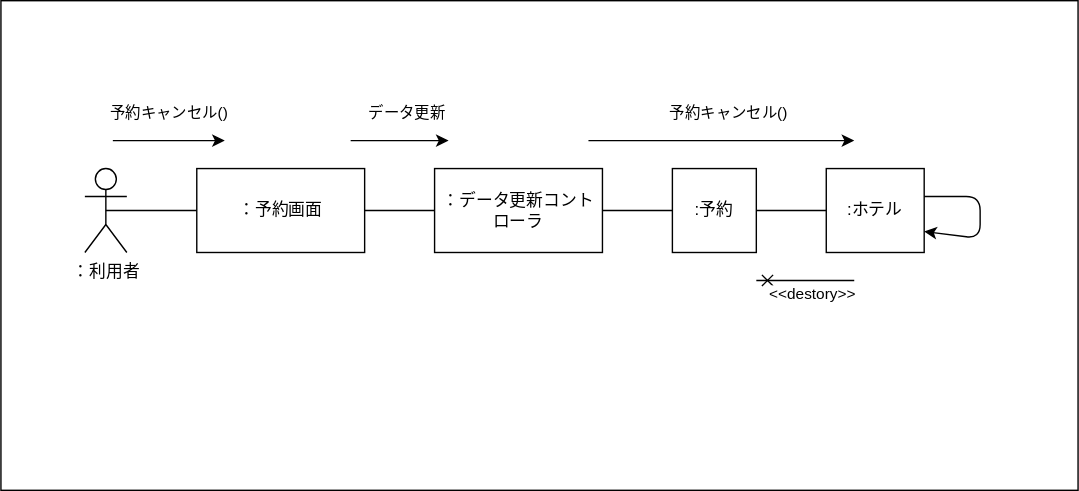
Before: 演習５-2_CD_予約登録削除.drawio.svg, a diagram exported from draw.io (kikuchitokumasa/uml-introduction). Source tidied: cells renumbered, new cells last; positions are measured from the earlier drawing's top-left corner, leaving out a move shared by most shapes. The source it was exported from:
```xml
<mxGraphModel>
  <root>
    <mxCell id="0" />
    <mxCell id="1" parent="0" />
    <mxCell id="2" style="rounded=0;whiteSpace=wrap;html=1;" parent="1" vertex="1">
      <mxGeometry width="770" height="350" as="geometry" />
    </mxCell>
    <mxCell id="3" value="：利用者" style="shape=umlActor;verticalLabelPosition=bottom;verticalAlign=top;html=1;outlineConnect=0;" parent="1" vertex="1">
      <mxGeometry x="60" y="120" width="30" height="60" as="geometry" />
    </mxCell>
    <mxCell id="4" style="endArrow=none;html=1;exitX=0.5;exitY=0.5;exitDx=0;exitDy=0;exitPerimeter=0;" parent="1" edge="1" source="3">
      <mxGeometry relative="1" as="geometry">
        <mxPoint x="150" y="150" as="targetPoint" />
      </mxGeometry>
    </mxCell>
    <mxCell id="5" value="：予約画面" style="rounded=0;whiteSpace=wrap;html=1;" parent="1" vertex="1">
      <mxGeometry x="140" y="120" width="120" height="60" as="geometry" />
    </mxCell>
    <mxCell id="6" style="endArrow=none;html=1;" parent="1" edge="1" target="7">
      <mxGeometry relative="1" as="geometry">
        <mxPoint x="260" y="150" as="sourcePoint" />
      </mxGeometry>
    </mxCell>
    <mxCell id="7" value="：データ更新コントローラ" style="rounded=0;whiteSpace=wrap;html=1;" parent="1" vertex="1">
      <mxGeometry x="310" y="120" width="120" height="60" as="geometry" />
    </mxCell>
    <mxCell id="8" style="endArrow=none;html=1;" parent="1" edge="1" target="9">
      <mxGeometry relative="1" as="geometry">
        <mxPoint x="430" y="150" as="sourcePoint" />
      </mxGeometry>
    </mxCell>
    <mxCell id="9" value=":予約" style="rounded=0;whiteSpace=wrap;html=1;" parent="1" vertex="1">
      <mxGeometry x="480" y="120" width="60" height="60" as="geometry" />
    </mxCell>
    <mxCell id="10" style="endArrow=none;html=1;" parent="1" edge="1" target="11">
      <mxGeometry relative="1" as="geometry">
        <mxPoint x="540" y="150" as="sourcePoint" />
      </mxGeometry>
    </mxCell>
    <mxCell id="11" value=":ホテル" style="rounded=0;whiteSpace=wrap;html=1;" parent="1" vertex="1">
      <mxGeometry x="590" y="120" width="70" height="60" as="geometry" />
    </mxCell>
    <mxCell id="12" value="予約キャンセル()" style="endArrow=classic;html=1;" parent="1" edge="1">
      <mxGeometry y="20" relative="1" as="geometry">
        <mxPoint x="80" y="100" as="sourcePoint" />
        <mxPoint x="160" y="100" as="targetPoint" />
      </mxGeometry>
    </mxCell>
    <mxCell id="13" value="データ更新" style="endArrow=classic;html=1;" parent="1" edge="1">
      <mxGeometry x="0.14" y="20" relative="1" as="geometry">
        <mxPoint x="250" y="100" as="sourcePoint" />
        <mxPoint x="320" y="100" as="targetPoint" />
      </mxGeometry>
    </mxCell>
    <mxCell id="14" value="予約キャンセル()" style="endArrow=classic;html=1;" parent="1" edge="1">
      <mxGeometry x="0.05" y="20" relative="1" as="geometry">
        <mxPoint x="420" y="100" as="sourcePoint" />
        <mxPoint x="610" y="100" as="targetPoint" />
      </mxGeometry>
    </mxCell>
    <mxCell id="15" value="&amp;lt;&amp;lt;destory&amp;gt;&amp;gt;" style="endArrow=none;html=1;startArrow=cross;startFill=0;" parent="1" edge="1">
      <mxGeometry x="0.14" y="-10" relative="1" as="geometry">
        <mxPoint x="540" y="200" as="sourcePoint" />
        <mxPoint x="610" y="200" as="targetPoint" />
      </mxGeometry>
    </mxCell>
    <mxCell id="16" style="endArrow=classic;html=1;entryX=1;entryY=0.75;entryDx=0;entryDy=0;" parent="1" edge="1" target="11">
      <mxGeometry relative="1" as="geometry">
        <mxPoint x="660" y="140" as="sourcePoint" />
        <Array as="points">
          <mxPoint x="700" y="140" />
          <mxPoint x="700" y="170" />
        </Array>
      </mxGeometry>
    </mxCell>
  </root>
</mxGraphModel>
```
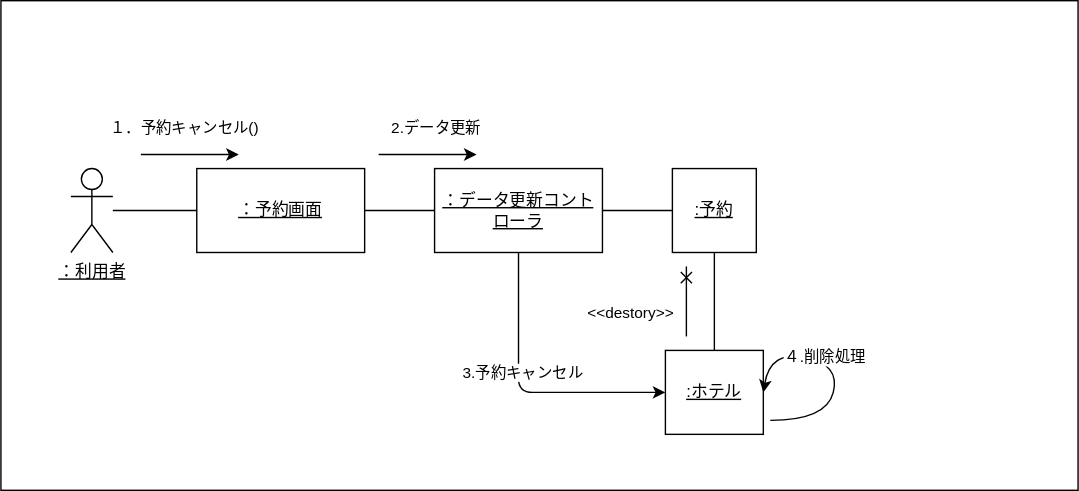
Later version of the same file.

What changed in the source:
```diff
@@ -2,18 +2,18 @@
   <root>
     <mxCell id="0" />
     <mxCell id="1" parent="0" />
-    <mxCell id="2" style="rounded=0;whiteSpace=wrap;html=1;" parent="1" vertex="1">
+    <mxCell id="2" value="&#10;&lt;span style=&quot;color: rgb(60, 64, 67); font-family: Roboto, Arial, sans-serif; font-size: 14px; font-style: normal; font-variant-ligatures: normal; font-variant-caps: normal; font-weight: 400; letter-spacing: 0.2px; orphans: 2; text-align: start; text-indent: 0px; text-transform: none; widows: 2; word-spacing: 0px; -webkit-text-stroke-width: 0px; text-decoration-thickness: initial; text-decoration-style: initial; text-decoration-color: initial; float: none; display: inline !important;&quot;&gt;drawio&lt;/span&gt;&#10;&#10;" style="rounded=0;whiteSpace=wrap;html=1;" parent="1" vertex="1">
       <mxGeometry width="770" height="350" as="geometry" />
     </mxCell>
-    <mxCell id="3" value="：利用者" style="shape=umlActor;verticalLabelPosition=bottom;verticalAlign=top;html=1;outlineConnect=0;" parent="1" vertex="1">
-      <mxGeometry x="60" y="120" width="30" height="60" as="geometry" />
+    <mxCell id="3" value="&lt;u&gt;：利用者&lt;/u&gt;" style="shape=umlActor;verticalLabelPosition=bottom;verticalAlign=top;html=1;outlineConnect=0;" parent="1" vertex="1">
+      <mxGeometry x="50" y="120" width="30" height="60" as="geometry" />
     </mxCell>
     <mxCell id="4" style="endArrow=none;html=1;exitX=0.5;exitY=0.5;exitDx=0;exitDy=0;exitPerimeter=0;" parent="1" edge="1" source="3">
       <mxGeometry relative="1" as="geometry">
         <mxPoint x="150" y="150" as="targetPoint" />
       </mxGeometry>
     </mxCell>
-    <mxCell id="5" value="：予約画面" style="rounded=0;whiteSpace=wrap;html=1;" parent="1" vertex="1">
+    <mxCell id="5" value="&lt;u&gt;：予約画面&lt;/u&gt;" style="rounded=0;whiteSpace=wrap;html=1;" parent="1" vertex="1">
       <mxGeometry x="140" y="120" width="120" height="60" as="geometry" />
     </mxCell>
     <mxCell id="6" style="endArrow=none;html=1;" parent="1" edge="1" target="7">
@@ -21,7 +21,7 @@
         <mxPoint x="260" y="150" as="sourcePoint" />
       </mxGeometry>
     </mxCell>
-    <mxCell id="7" value="：データ更新コントローラ" style="rounded=0;whiteSpace=wrap;html=1;" parent="1" vertex="1">
+    <mxCell id="7" value="&lt;u&gt;：データ更新コントローラ&lt;/u&gt;" style="rounded=0;whiteSpace=wrap;html=1;" parent="1" vertex="1">
       <mxGeometry x="310" y="120" width="120" height="60" as="geometry" />
     </mxCell>
     <mxCell id="8" style="endArrow=none;html=1;" parent="1" edge="1" target="9">
@@ -29,49 +29,69 @@
         <mxPoint x="430" y="150" as="sourcePoint" />
       </mxGeometry>
     </mxCell>
-    <mxCell id="9" value=":予約" style="rounded=0;whiteSpace=wrap;html=1;" parent="1" vertex="1">
+    <mxCell id="9" value="&lt;u&gt;:予約&lt;/u&gt;" style="rounded=0;whiteSpace=wrap;html=1;" parent="1" vertex="1">
       <mxGeometry x="480" y="120" width="60" height="60" as="geometry" />
     </mxCell>
-    <mxCell id="10" style="endArrow=none;html=1;" parent="1" edge="1" target="11">
+    <mxCell id="10" style="endArrow=none;html=1;exitX=0.5;exitY=1;exitDx=0;exitDy=0;" parent="1" edge="1" source="9" target="11">
       <mxGeometry relative="1" as="geometry">
-        <mxPoint x="540" y="150" as="sourcePoint" />
+        <Array as="points">
+          <mxPoint x="510" y="220" />
+        </Array>
       </mxGeometry>
     </mxCell>
-    <mxCell id="11" value=":ホテル" style="rounded=0;whiteSpace=wrap;html=1;" parent="1" vertex="1">
-      <mxGeometry x="590" y="120" width="70" height="60" as="geometry" />
+    <mxCell id="11" value="&lt;u&gt;:ホテル&lt;/u&gt;" style="rounded=0;whiteSpace=wrap;html=1;" parent="1" vertex="1">
+      <mxGeometry x="475" y="250" width="70" height="60" as="geometry" />
     </mxCell>
-    <mxCell id="12" value="予約キャンセル()" style="endArrow=classic;html=1;" parent="1" edge="1">
-      <mxGeometry y="20" relative="1" as="geometry">
-        <mxPoint x="80" y="100" as="sourcePoint" />
-        <mxPoint x="160" y="100" as="targetPoint" />
-      </mxGeometry>
-    </mxCell>
-    <mxCell id="13" value="データ更新" style="endArrow=classic;html=1;" parent="1" edge="1">
-      <mxGeometry x="0.14" y="20" relative="1" as="geometry">
-        <mxPoint x="250" y="100" as="sourcePoint" />
-        <mxPoint x="320" y="100" as="targetPoint" />
-      </mxGeometry>
-    </mxCell>
-    <mxCell id="14" value="予約キャンセル()" style="endArrow=classic;html=1;" parent="1" edge="1">
-      <mxGeometry x="0.05" y="20" relative="1" as="geometry">
-        <mxPoint x="420" y="100" as="sourcePoint" />
-        <mxPoint x="610" y="100" as="targetPoint" />
-      </mxGeometry>
-    </mxCell>
     <mxCell id="15" value="&amp;lt;&amp;lt;destory&amp;gt;&amp;gt;" style="endArrow=none;html=1;startArrow=cross;startFill=0;" parent="1" edge="1">
-      <mxGeometry x="0.14" y="-10" relative="1" as="geometry">
-        <mxPoint x="540" y="200" as="sourcePoint" />
-        <mxPoint x="610" y="200" as="targetPoint" />
+      <mxGeometry x="0.33" y="-40" relative="1" as="geometry">
+        <mxPoint x="490" y="190" as="sourcePoint" />
+        <mxPoint x="490" y="240" as="targetPoint" />
       </mxGeometry>
     </mxCell>
-    <mxCell id="16" style="endArrow=classic;html=1;entryX=1;entryY=0.75;entryDx=0;entryDy=0;" parent="1" edge="1" target="11">
-      <mxGeometry relative="1" as="geometry">
-        <mxPoint x="660" y="140" as="sourcePoint" />
-        <Array as="points">
-          <mxPoint x="700" y="140" />
-          <mxPoint x="700" y="170" />
-        </Array>
-      </mxGeometry>
-    </mxCell>
+    <mxCell id="17" style="endArrow=classic;html=1;" parent="1" edge="1">
+      <mxGeometry relative="1" as="geometry">
+        <mxPoint x="100" y="110" as="sourcePoint" />
+        <mxPoint x="170" y="110" as="targetPoint" />
+      </mxGeometry>
+    </mxCell>
+    <mxCell id="18" value="１．予約キャンセル()" style="edgeLabel;html=1;align=center;verticalAlign=middle;" parent="17" vertex="1">
+      <mxGeometry x="0.47" relative="1" as="geometry">
+        <mxPoint x="-21" y="-20" as="offset" />
+      </mxGeometry>
+    </mxCell>
+    <mxCell id="19" style="endArrow=classic;html=1;" parent="1" edge="1">
+      <mxGeometry relative="1" as="geometry">
+        <mxPoint x="270" y="110" as="sourcePoint" />
+        <mxPoint x="340" y="110" as="targetPoint" />
+      </mxGeometry>
+    </mxCell>
+    <mxCell id="20" value="2.データ更新" style="edgeLabel;html=1;align=center;verticalAlign=middle;" parent="19" vertex="1">
+      <mxGeometry x="0.47" y="1" relative="1" as="geometry">
+        <mxPoint x="-11" y="-19" as="offset" />
+      </mxGeometry>
+    </mxCell>
+    <mxCell id="21" style="curved=1;endArrow=classic;html=1;entryX=1;entryY=0.5;entryDx=0;entryDy=0;" parent="1" edge="1" target="11">
+      <mxGeometry relative="1" as="geometry">
+        <mxPoint x="550" y="300" as="sourcePoint" />
+        <Array as="points">
+          <mxPoint x="590" y="300" />
+          <mxPoint x="600" y="260" />
+          <mxPoint x="550" y="250" />
+        </Array>
+      </mxGeometry>
+    </mxCell>
+    <mxCell id="22" value="４.削除処理" style="edgeLabel;html=1;align=center;verticalAlign=middle;" parent="21" vertex="1">
+      <mxGeometry x="0.15" y="-3" relative="1" as="geometry" />
+    </mxCell>
+    <mxCell id="23" style="endArrow=classic;html=1;exitX=0.5;exitY=1;exitDx=0;exitDy=0;entryX=0;entryY=0.5;entryDx=0;entryDy=0;" parent="1" edge="1" source="7" target="11">
+      <mxGeometry relative="1" as="geometry">
+        <Array as="points">
+          <mxPoint x="370" y="280" />
+        </Array>
+      </mxGeometry>
+    </mxCell>
+    <mxCell id="24" value="3.予約キャンセル" style="edgeLabel;html=1;align=center;verticalAlign=middle;" parent="23" vertex="1">
+      <mxGeometry x="-0.17" y="2" relative="1" as="geometry" />
+    </mxCell>
   </root>
 </mxGraphModel>
```
